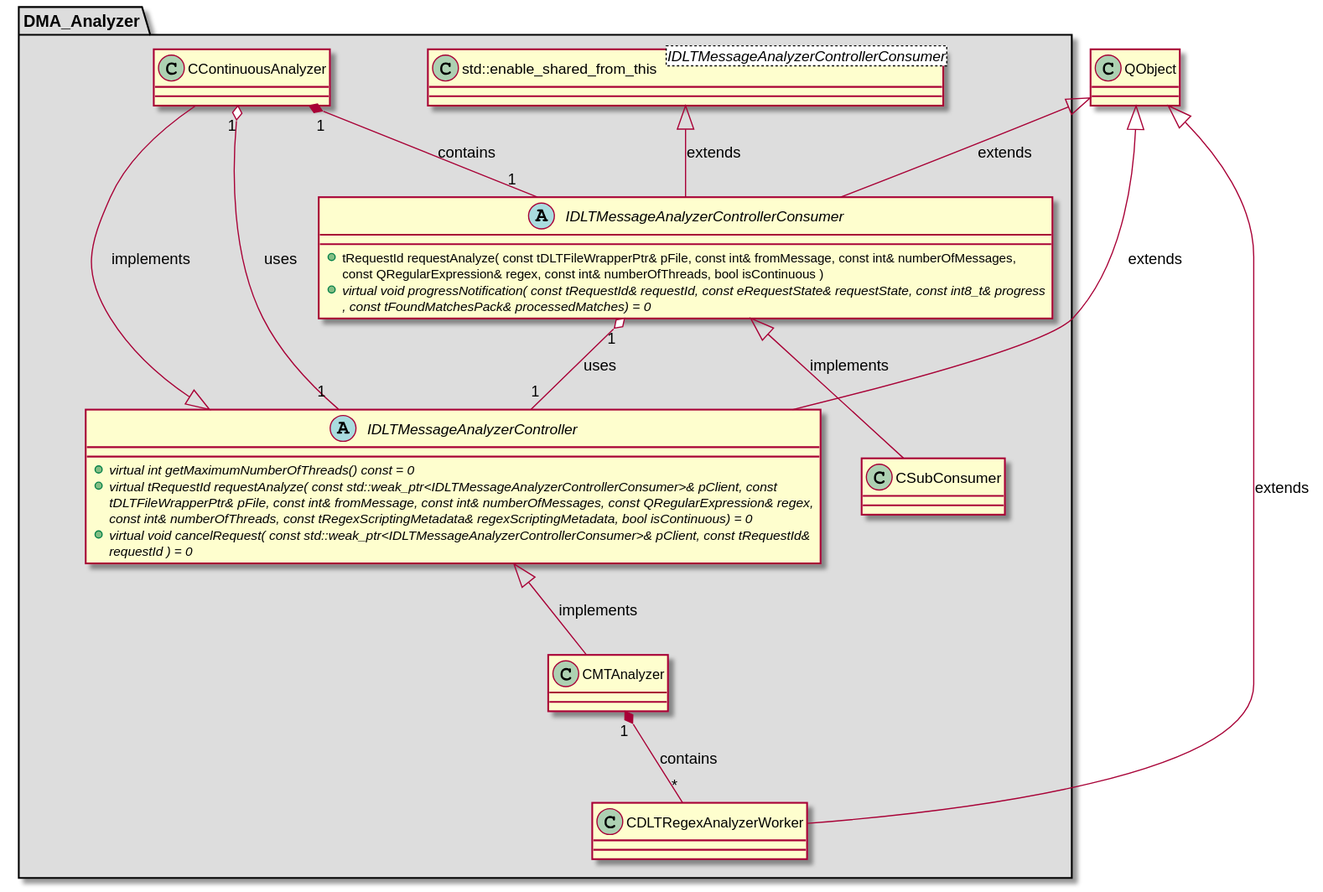
Earlier version of the PlantUML export md/dev_docs/puml/DMA_Analyzer_standalone.svg (svlad-90/DLT-Message-Analyzer).
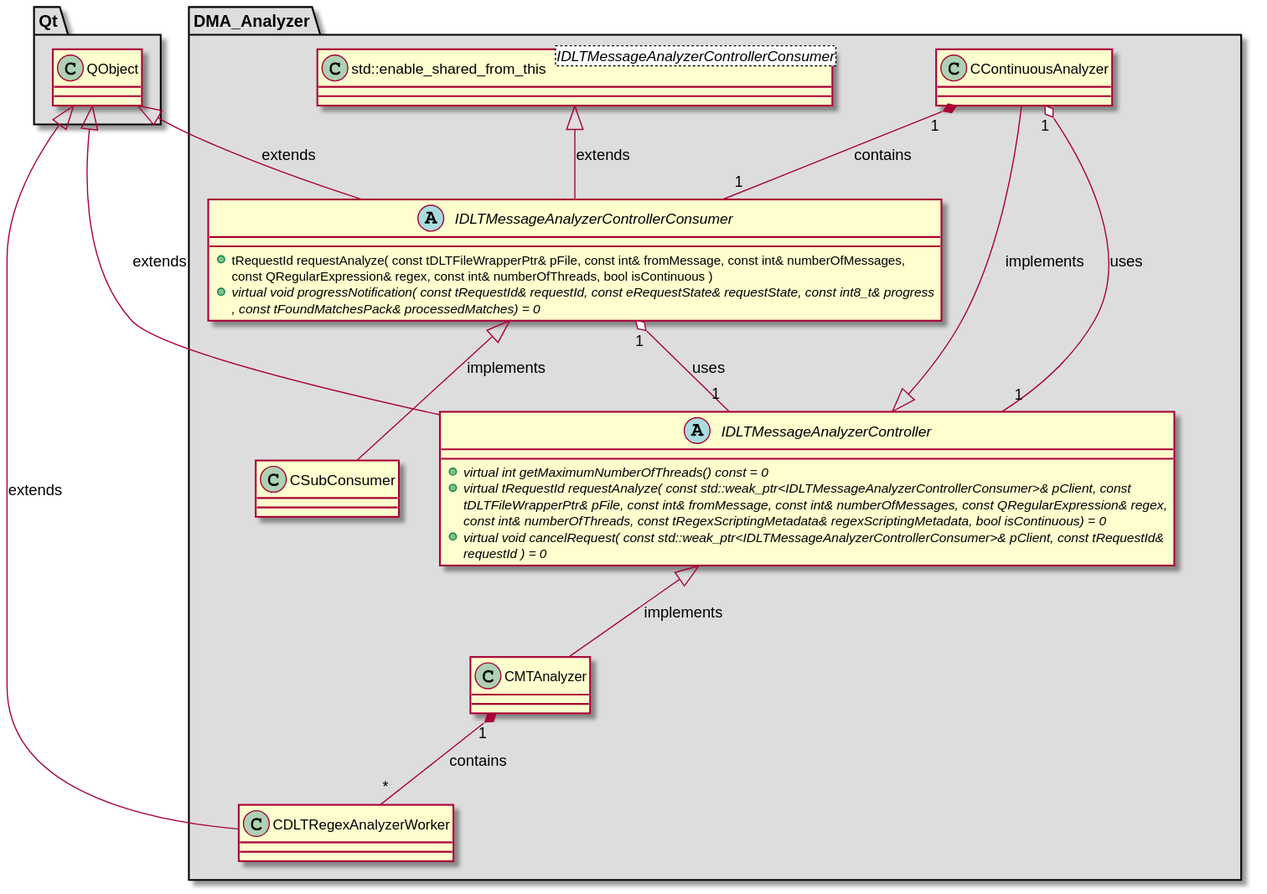
After the change.

The edit, as a diff of the source:
```diff
@@ -39,6 +39,15 @@
 
 }
 
+package "Qt" #DDDDDD
+{
+
+class "QObject"
+{
+}
+
+}
+
 IDLTMessageAnalyzerController <|-- CContinuousAnalyzer : implements
 QObject <|-- CDLTRegexAnalyzerWorker : extends
 IDLTMessageAnalyzerController <|-- CMTAnalyzer : implements
```
